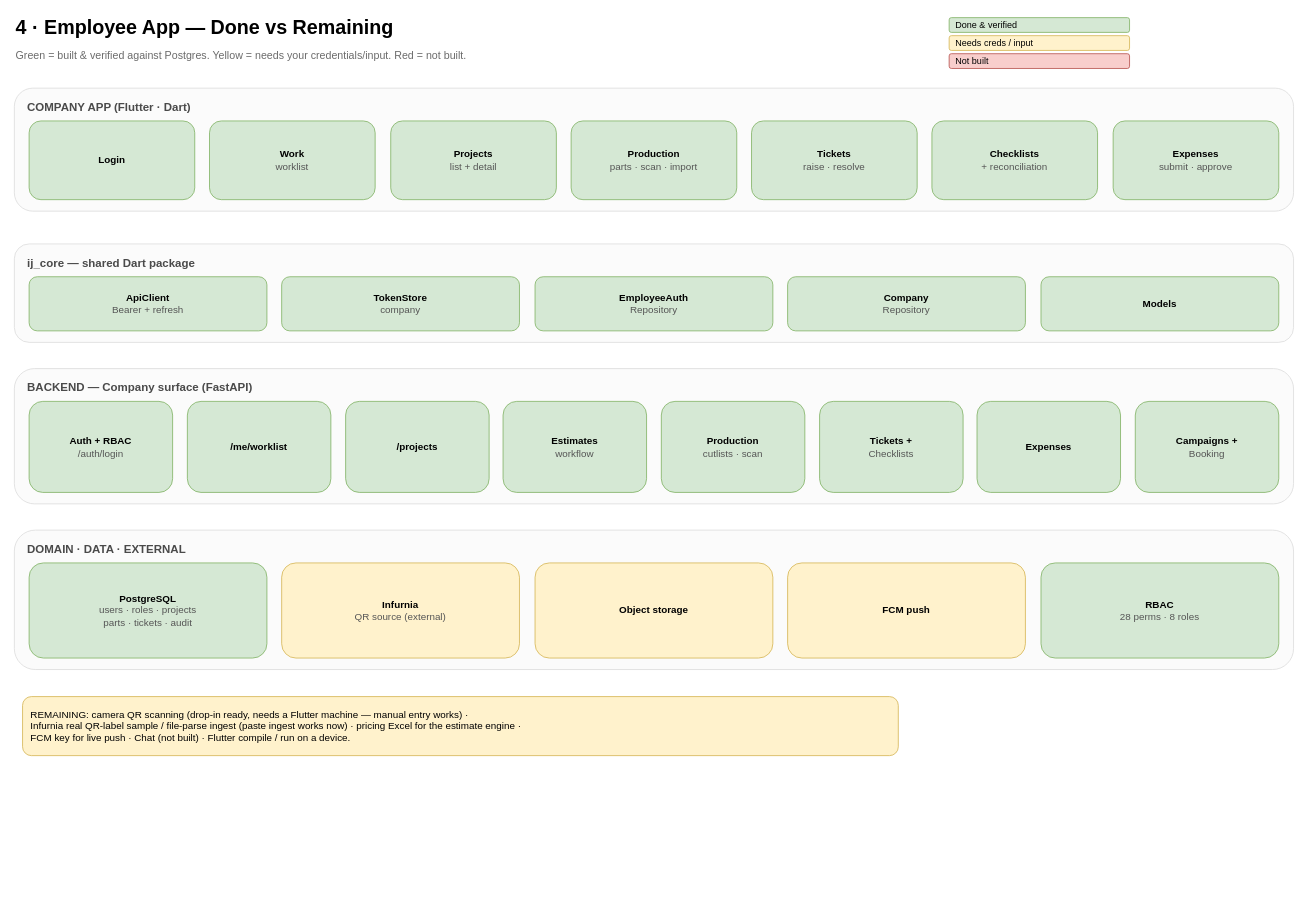
yogeshpphl01/interio-junction-crm keeps this draw.io diagram as docs/mobile-apps/diagrams/4_employee_app_progress.drawio. Above is the earlier version. Source tidied: cells renumbered, new cells numbered last; positions are measured from the earlier drawing's top-left corner, leaving out a move shared by most shapes. Both pictures are drawn from the tidied source at 82%, with x=0, y=0 at pixel (14, 14).
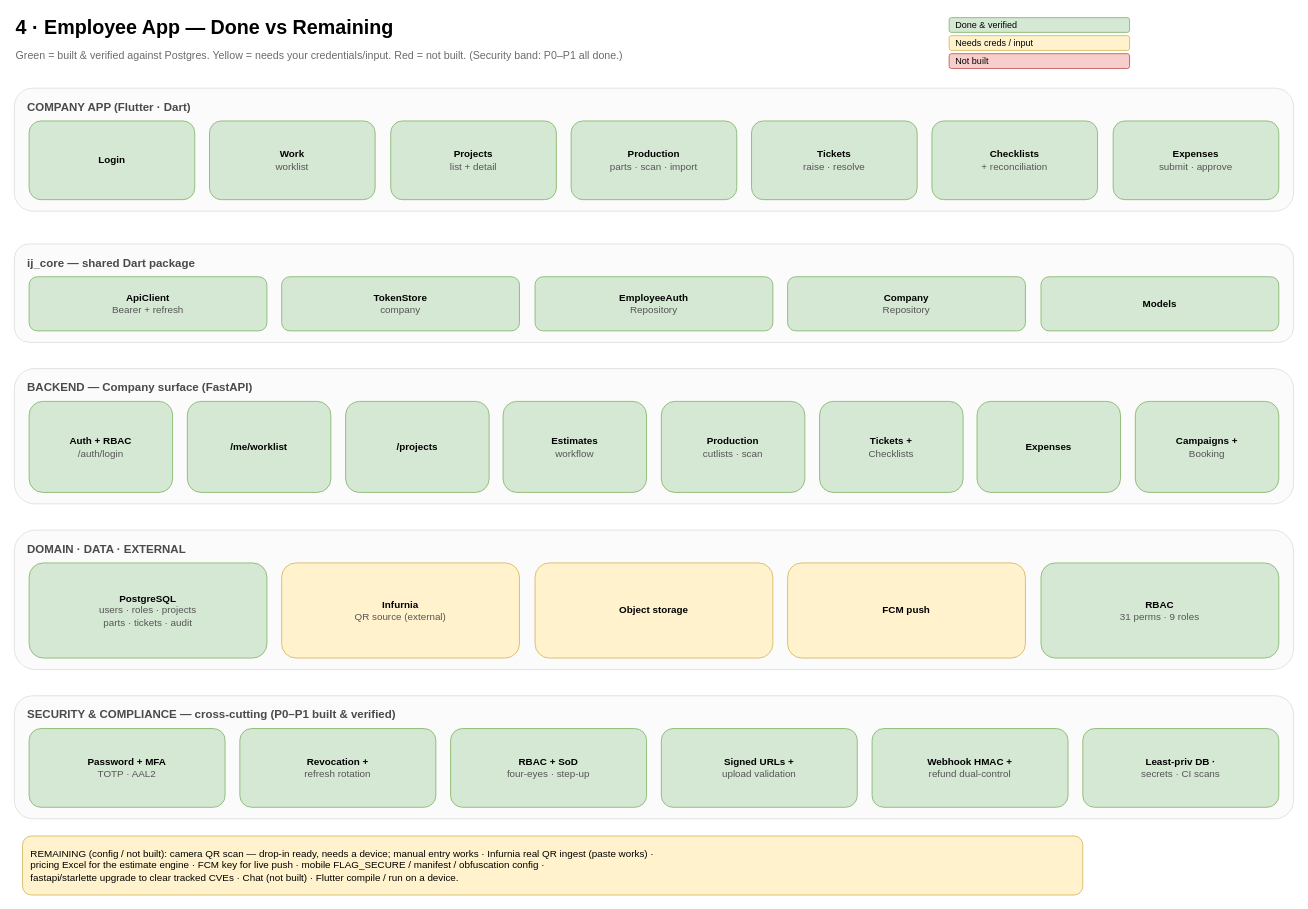
The same page after the edit.

Commit message (it also covers changes not shown here):
docs(diagrams): regenerate 4 architecture diagrams with the Security layer

What changed in the source:
```diff
@@
-    <mxCell id="3" value="Green = built &amp; verified against Postgres.  Yellow = needs your credentials/input.  Red = not built." style="text;html=1;fontSize=13;align=left;fontColor=#6B6B6B;" parent="1" vertex="1">
+    <mxCell id="3" value="Green = built &amp; verified against Postgres.  Yellow = needs your credentials/input.  Red = not built.  (Security band: P0–P1 all done.)" style="text;html=1;fontSize=13;align=left;fontColor=#6B6B6B;" parent="1" vertex="1">
       <mxGeometry y="36" width="1200" height="22" as="geometry" />
     </mxCell>
@@
-    <mxCell id="35" value="&lt;b&gt;RBAC&lt;/b&gt;&lt;br&gt;&lt;font color=&quot;#555&quot;&gt;28 perms · 8 roles&lt;/font&gt;" style="rounded=1;whiteSpace=wrap;html=1;fillColor=#D5E8D4;strokeColor=#82B366;fontSize=12;verticalAlign=middle;" parent="1" vertex="1">
+    <mxCell id="35" value="&lt;b&gt;RBAC&lt;/b&gt;&lt;br&gt;&lt;font color=&quot;#555&quot;&gt;31 perms · 9 roles&lt;/font&gt;" style="rounded=1;whiteSpace=wrap;html=1;fillColor=#D5E8D4;strokeColor=#82B366;fontSize=12;verticalAlign=middle;" parent="1" vertex="1">
       <mxGeometry x="1252" y="669" width="290" height="116" as="geometry" />
     </mxCell>
-    <mxCell id="36" value="REMAINING:  camera QR scanning (drop-in ready, needs a Flutter machine — manual entry works) ·&#10;Infurnia real QR-label sample / file-parse ingest (paste ingest works now) · pricing Excel for the estimate engine ·&#10;FCM key for live push · Chat (not built) · Flutter compile / run on a device." style="rounded=1;whiteSpace=wrap;html=1;fillColor=#FFF2CC;strokeColor=#D6B656;align=left;spacingLeft=8;fontSize=12;" parent="1" vertex="1">
-      <mxGeometry x="10" y="832" width="1068" height="72" as="geometry" />
+    <mxCell id="36" value="SECURITY &amp; COMPLIANCE  —  cross-cutting (P0–P1 built &amp; verified)" style="rounded=1;fillColor=#FBFBFB;strokeColor=#DDDDDD;verticalAlign=top;align=left;spacingLeft=14;spacingTop=8;fontSize=14;fontStyle=1;fontColor=#4A4A4A;" parent="1" vertex="1">
+      <mxGeometry y="831" width="1560" height="150" as="geometry" />
     </mxCell>
+    <mxCell id="37" value="&lt;b&gt;Password + MFA&lt;/b&gt;&lt;br&gt;&lt;font color=&quot;#555&quot;&gt;TOTP · AAL2&lt;/font&gt;" style="rounded=1;whiteSpace=wrap;html=1;fillColor=#D5E8D4;strokeColor=#82B366;fontSize=12;verticalAlign=middle;" parent="1" vertex="1">
+      <mxGeometry x="18" y="871" width="239" height="96" as="geometry" />
+    </mxCell>
+    <mxCell id="38" value="&lt;b&gt;Revocation +&lt;/b&gt;&lt;br&gt;&lt;font color=&quot;#555&quot;&gt;refresh rotation&lt;/font&gt;" style="rounded=1;whiteSpace=wrap;html=1;fillColor=#D5E8D4;strokeColor=#82B366;fontSize=12;verticalAlign=middle;" parent="1" vertex="1">
+      <mxGeometry x="275" y="871" width="239" height="96" as="geometry" />
+    </mxCell>
+    <mxCell id="39" value="&lt;b&gt;RBAC + SoD&lt;/b&gt;&lt;br&gt;&lt;font color=&quot;#555&quot;&gt;four-eyes · step-up&lt;/font&gt;" style="rounded=1;whiteSpace=wrap;html=1;fillColor=#D5E8D4;strokeColor=#82B366;fontSize=12;verticalAlign=middle;" parent="1" vertex="1">
+      <mxGeometry x="532" y="871" width="239" height="96" as="geometry" />
+    </mxCell>
+    <mxCell id="40" value="&lt;b&gt;Signed URLs +&lt;/b&gt;&lt;br&gt;&lt;font color=&quot;#555&quot;&gt;upload validation&lt;/font&gt;" style="rounded=1;whiteSpace=wrap;html=1;fillColor=#D5E8D4;strokeColor=#82B366;fontSize=12;verticalAlign=middle;" parent="1" vertex="1">
+      <mxGeometry x="789" y="871" width="239" height="96" as="geometry" />
+    </mxCell>
+    <mxCell id="41" value="&lt;b&gt;Webhook HMAC +&lt;/b&gt;&lt;br&gt;&lt;font color=&quot;#555&quot;&gt;refund dual-control&lt;/font&gt;" style="rounded=1;whiteSpace=wrap;html=1;fillColor=#D5E8D4;strokeColor=#82B366;fontSize=12;verticalAlign=middle;" parent="1" vertex="1">
+      <mxGeometry x="1046" y="871" width="239" height="96" as="geometry" />
+    </mxCell>
+    <mxCell id="42" value="&lt;b&gt;Least-priv DB ·&lt;/b&gt;&lt;br&gt;&lt;font color=&quot;#555&quot;&gt;secrets · CI scans&lt;/font&gt;" style="rounded=1;whiteSpace=wrap;html=1;fillColor=#D5E8D4;strokeColor=#82B366;fontSize=12;verticalAlign=middle;" parent="1" vertex="1">
+      <mxGeometry x="1303" y="871" width="239" height="96" as="geometry" />
+    </mxCell>
+    <mxCell id="43" value="REMAINING (config / not built):  camera QR scan — drop-in ready, needs a device; manual entry works · Infurnia real QR ingest (paste works) ·&#10;pricing Excel for the estimate engine · FCM key for live push · mobile FLAG_SECURE / manifest / obfuscation config ·&#10;fastapi/starlette upgrade to clear tracked CVEs · Chat (not built) · Flutter compile / run on a device." style="rounded=1;whiteSpace=wrap;html=1;fillColor=#FFF2CC;strokeColor=#D6B656;align=left;spacingLeft=8;fontSize=12;" parent="1" vertex="1">
+      <mxGeometry x="10" y="1002" width="1293" height="72" as="geometry" />
+    </mxCell>
```
